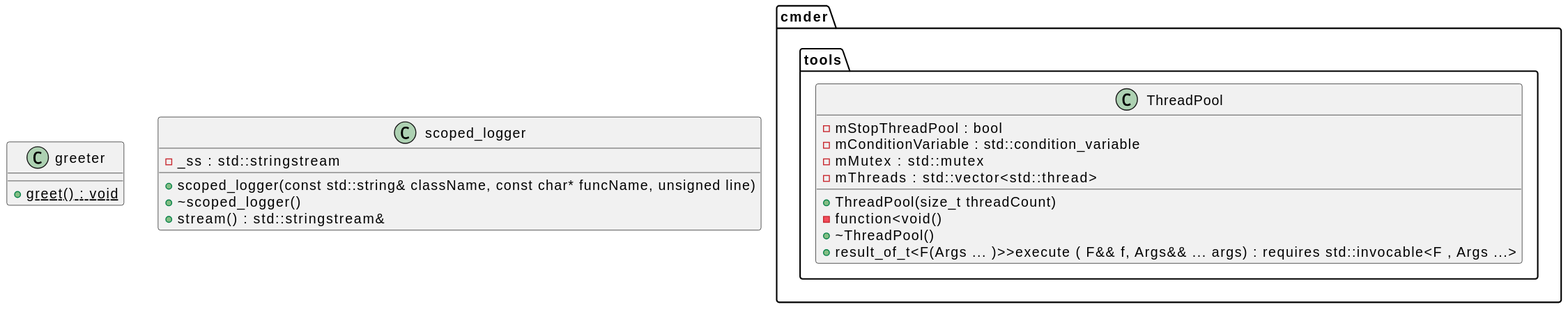
This is doc/classdiagram.svg from h6wk/Cmder2, a PlantUML export, as it was before one commit. Source of this version:
```plantuml
@startuml

class greeter {
	+{static} greet() : void
}


class scoped_logger {
	+scoped_logger(const std::string& className, const char* funcName, unsigned line)
	+~scoped_logger()
	-_ss : std::stringstream
	+stream() : std::stringstream&
}


namespace cmder {
	namespace tools {
		class ThreadPool {
			+ThreadPool(size_t threadCount)
			-function<void()
			+~ThreadPool()
			-mStopThreadPool : bool
			+result_of_t<F(Args ... )>>execute ( F&& f, Args&& ... args) : requires std::invocable<F , Args ...>
			-mConditionVariable : std::condition_variable
			-mMutex : std::mutex
			-mThreads : std::vector<std::thread>
		}
	}
}














@enduml
```
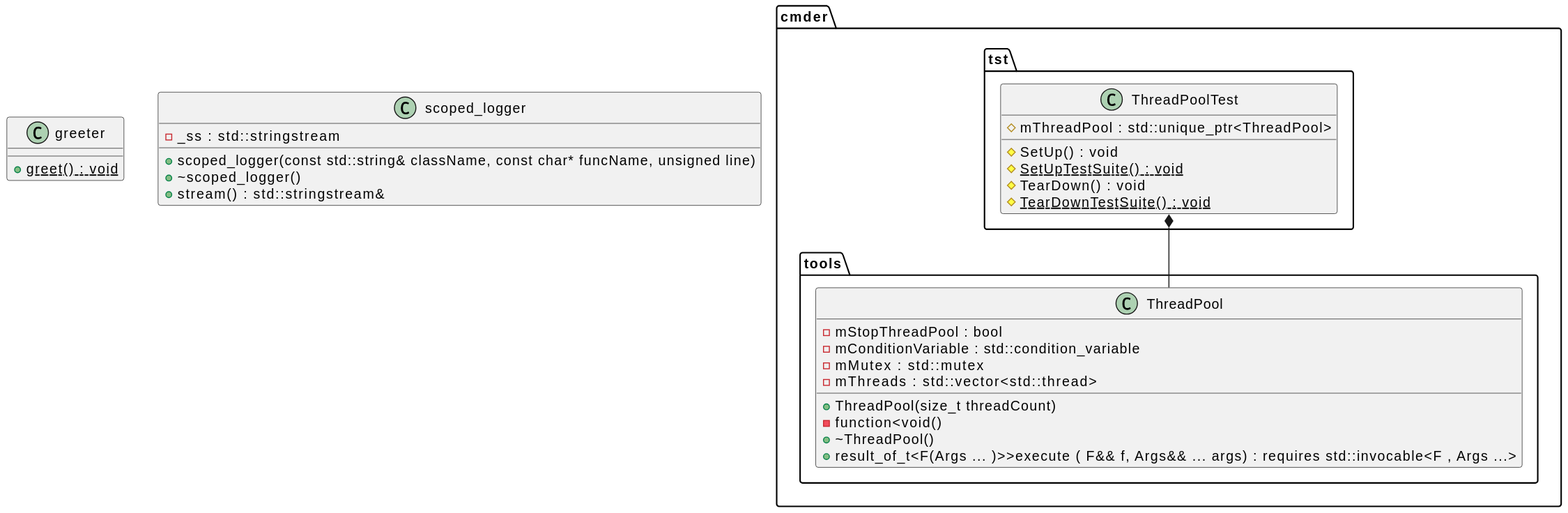
Above is the later version.

The edit, as a diff of the source:
```diff
@@ -14,6 +14,16 @@
 
 
 namespace cmder {
+	namespace tst {
+		class ThreadPoolTest {
+			#mThreadPool : std::unique_ptr<ThreadPool>
+			#SetUp() : void
+			#{static} SetUpTestSuite() : void
+			#TearDown() : void
+			#{static} TearDownTestSuite() : void
+		}
+	}
+
 	namespace tools {
 		class ThreadPool {
 			+ThreadPool(size_t threadCount)
@@ -37,6 +47,9 @@
 
 
 
+cmder.tst.ThreadPoolTest *-- cmder.tools.ThreadPool
+
+
 
 
 
```
